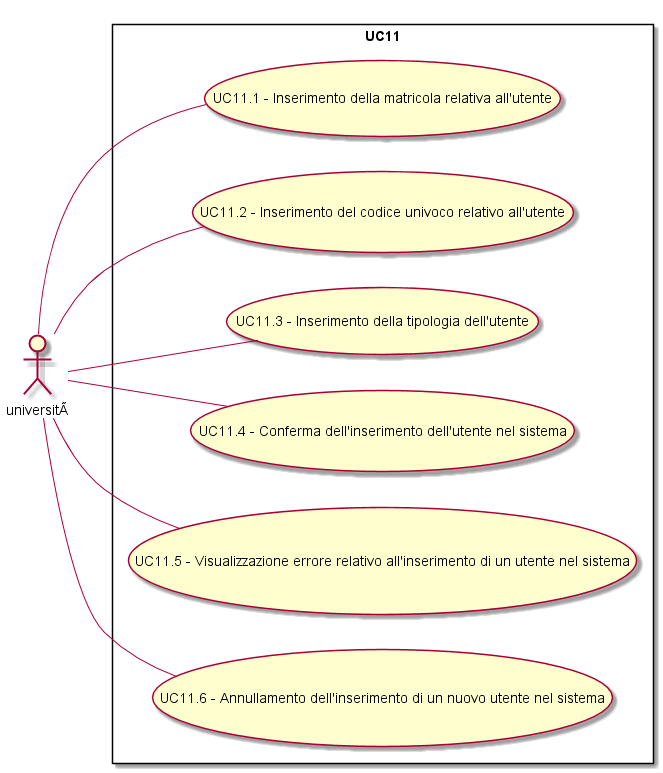
Earlier version of the PlantUML export Analisi dei requisiti/img/UC11.png (SOS-SonsOfSwe/Marvin). Source of this version:
```plantuml
@startuml
left to right direction
skinparam packageStyle rectangle
actor università
rectangle UC11 {
università -- (UC11.1 - Inserimento della matricola relativa all'utente)
università -- (UC11.2 - Inserimento del codice univoco relativo all'utente)
università -- (UC11.3 - Inserimento della tipologia dell'utente)
università -- (UC11.4 - Conferma dell'inserimento dell'utente nel sistema)
università -- (UC11.5 - Visualizzazione errore relativo all'inserimento di un utente nel sistema)
università -- (UC11.6 - Annullamento dell'inserimento di un nuovo utente nel sistema)
}
@enduml
```
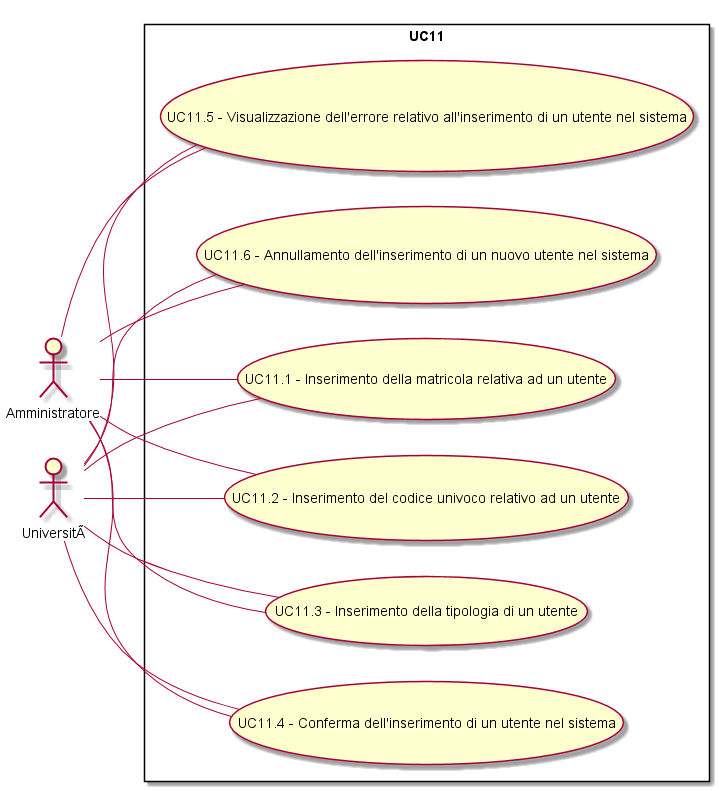
After the change.

The edit, as a diff of the source:
```diff
@@ -1,13 +1,20 @@
 @startuml
 left to right direction
 skinparam packageStyle rectangle
-actor università
+actor Amministratore
+actor Università
 rectangle UC11 {
-università -- (UC11.1 - Inserimento della matricola relativa all'utente)
-università -- (UC11.2 - Inserimento del codice univoco relativo all'utente)
-università -- (UC11.3 - Inserimento della tipologia dell'utente)
-università -- (UC11.4 - Conferma dell'inserimento dell'utente nel sistema)
-università -- (UC11.5 - Visualizzazione errore relativo all'inserimento di un utente nel sistema)
-università -- (UC11.6 - Annullamento dell'inserimento di un nuovo utente nel sistema)
+Amministratore -- (UC11.1 - Inserimento della matricola relativa ad un utente)
+Amministratore -- (UC11.2 - Inserimento del codice univoco relativo ad un utente)
+Amministratore -- (UC11.3 - Inserimento della tipologia di un utente )
+Amministratore -- (UC11.4 - Conferma dell'inserimento di un utente nel sistema)
+Amministratore -- (UC11.5 - Visualizzazione dell'errore relativo all'inserimento di un utente nel sistema)
+Amministratore -- (UC11.6 - Annullamento dell'inserimento di un nuovo utente nel sistema)
+Università -- (UC11.1 - Inserimento della matricola relativa ad un utente)
+Università -- (UC11.2 - Inserimento del codice univoco relativo ad un utente)
+Università -- (UC11.3 - Inserimento della tipologia di un utente )
+Università -- (UC11.4 - Conferma dell'inserimento di un utente nel sistema)
+Università -- (UC11.5 - Visualizzazione dell'errore relativo all'inserimento di un utente nel sistema)
+Università -- (UC11.6 - Annullamento dell'inserimento di un nuovo utente nel sistema)
 }
 @enduml
```
